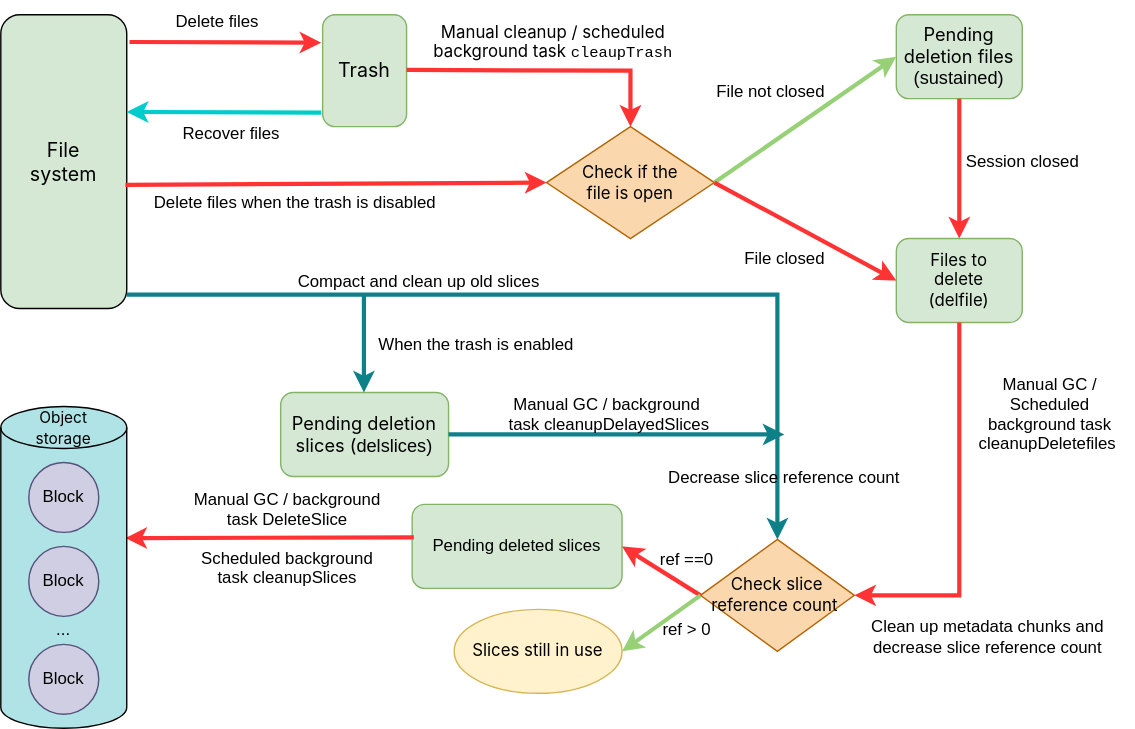
Earlier version of the draw.io export docs/en/images/juicefs-delete-file-English.svg (juicedata/juicefs). Source tidied: cells renumbered, new cells last; positions are measured from the earlier drawing's top-left corner, leaving out a move shared by most shapes. The source it was exported from:
```xml
<mxGraphModel>
  <root>
    <mxCell id="0" />
    <mxCell id="1" parent="0" />
    <mxCell id="2" value="&lt;span style=&quot;font-family: quote-cjk-patch, Inter, system-ui, -apple-system, &amp;quot;system-ui&amp;quot;, &amp;quot;Segoe UI&amp;quot;, Roboto, &amp;quot;Noto Sans&amp;quot;, Ubuntu, Cantarell, &amp;quot;Helvetica Neue&amp;quot;, Oxygen, &amp;quot;Open Sans&amp;quot;, sans-serif; text-align: left;&quot;&gt;&lt;font style=&quot;font-size: 14px;&quot;&gt;File&lt;br&gt;system&lt;/font&gt;&lt;/span&gt;" style="rounded=1;whiteSpace=wrap;html=1;fillColor=#d5e8d4;strokeColor=#000000;" parent="1" vertex="1">
      <mxGeometry y="10" width="90" height="210" as="geometry" />
    </mxCell>
    <mxCell id="3" value="&lt;span style=&quot;font-family: quote-cjk-patch, Inter, system-ui, -apple-system, &amp;quot;system-ui&amp;quot;, &amp;quot;Segoe UI&amp;quot;, Roboto, &amp;quot;Noto Sans&amp;quot;, Ubuntu, Cantarell, &amp;quot;Helvetica Neue&amp;quot;, Oxygen, &amp;quot;Open Sans&amp;quot;, sans-serif; text-align: left;&quot;&gt;&lt;font style=&quot;font-size: 14px;&quot;&gt;Trash&lt;/font&gt;&lt;/span&gt;" style="rounded=1;whiteSpace=wrap;html=1;fillColor=#d5e8d4;strokeColor=#82b366;" parent="1" vertex="1">
      <mxGeometry x="230" y="10" width="60" height="80" as="geometry" />
    </mxCell>
    <mxCell id="4" value="Delete files" style="text;html=1;align=center;verticalAlign=middle;whiteSpace=wrap;rounded=0;" parent="1" vertex="1">
      <mxGeometry x="120" width="70" height="30" as="geometry" />
    </mxCell>
    <mxCell id="5" value="Recover files" style="text;html=1;align=center;verticalAlign=middle;whiteSpace=wrap;rounded=0;" parent="1" vertex="1">
      <mxGeometry x="120" y="80" width="90" height="30" as="geometry" />
    </mxCell>
    <mxCell id="6" style="edgeStyle=none;rounded=0;orthogonalLoop=1;jettySize=auto;html=1;exitX=0.75;exitY=1;exitDx=0;exitDy=0;" parent="1" edge="1">
      <mxGeometry relative="1" as="geometry">
        <mxPoint x="399.5" y="300" as="sourcePoint" />
        <mxPoint x="399.5" y="300" as="targetPoint" />
      </mxGeometry>
    </mxCell>
    <mxCell id="7" value="&lt;font&gt;&lt;span style=&quot;text-align: left;&quot;&gt;&lt;font style=&quot;&quot;&gt;&lt;font face=&quot;quote-cjk-patch, Inter, system-ui, -apple-system, system-ui, Segoe UI, Roboto, Noto Sans, Ubuntu, Cantarell, Helvetica Neue, Oxygen, Open Sans, sans-serif&quot;&gt;Manual cleanup / scheduled background task &lt;/font&gt;&lt;font face=&quot;Menlo, Roboto Mono, Courier New, Courier, monospace, Inter, sans-serif&quot;&gt;&lt;span style=&quot;font-size: 11px;&quot;&gt;cleaupTrash&lt;/span&gt;&lt;/font&gt;&lt;/font&gt;&lt;/span&gt;&lt;/font&gt;" style="text;html=1;align=center;verticalAlign=middle;whiteSpace=wrap;rounded=0;" parent="1" vertex="1">
      <mxGeometry x="290" y="10" width="210" height="40" as="geometry" />
    </mxCell>
    <mxCell id="8" value="&lt;font style=&quot;font-size: 13px;&quot;&gt;&lt;span style=&quot;font-family: quote-cjk-patch, Inter, system-ui, -apple-system, &amp;quot;system-ui&amp;quot;, &amp;quot;Segoe UI&amp;quot;, Roboto, &amp;quot;Noto Sans&amp;quot;, Ubuntu, Cantarell, &amp;quot;Helvetica Neue&amp;quot;, Oxygen, &amp;quot;Open Sans&amp;quot;, sans-serif; text-align: left;&quot;&gt;&lt;font style=&quot;&quot;&gt;Pending deletion files&lt;/font&gt;&lt;/span&gt;&lt;br&gt;&lt;/font&gt;&lt;div&gt;&lt;font style=&quot;font-size: 13px;&quot;&gt;&lt;font style=&quot;&quot;&gt;(&lt;/font&gt;&lt;font&gt;sustained&lt;/font&gt;&lt;font style=&quot;&quot;&gt;)&lt;/font&gt;&lt;/font&gt;&lt;/div&gt;" style="rounded=1;whiteSpace=wrap;html=1;fillColor=#d5e8d4;strokeColor=#82b366;" parent="1" vertex="1">
      <mxGeometry x="640" y="10" width="90" height="60" as="geometry" />
    </mxCell>
    <mxCell id="9" value="File closed" style="text;html=1;align=center;verticalAlign=middle;strokeColor=none;fillColor=none;" parent="1" vertex="1">
      <mxGeometry x="520" y="170" width="80" height="30" as="geometry" />
    </mxCell>
    <mxCell id="10" value="File not closed" style="text;html=1;align=center;verticalAlign=middle;strokeColor=none;fillColor=none;" parent="1" vertex="1">
      <mxGeometry x="500" y="50" width="100" height="30" as="geometry" />
    </mxCell>
    <mxCell id="11" value="&lt;span style=&quot;font-family: quote-cjk-patch, Inter, system-ui, -apple-system, &amp;quot;system-ui&amp;quot;, &amp;quot;Segoe UI&amp;quot;, Roboto, &amp;quot;Noto Sans&amp;quot;, Ubuntu, Cantarell, &amp;quot;Helvetica Neue&amp;quot;, Oxygen, &amp;quot;Open Sans&amp;quot;, sans-serif; text-align: left;&quot;&gt;&lt;font&gt;Files to&lt;/font&gt;&lt;/span&gt;&lt;div&gt;&lt;span style=&quot;font-family: quote-cjk-patch, Inter, system-ui, -apple-system, &amp;quot;system-ui&amp;quot;, &amp;quot;Segoe UI&amp;quot;, Roboto, &amp;quot;Noto Sans&amp;quot;, Ubuntu, Cantarell, &amp;quot;Helvetica Neue&amp;quot;, Oxygen, &amp;quot;Open Sans&amp;quot;, sans-serif; text-align: left;&quot;&gt;&lt;font&gt;delete&lt;/font&gt;&lt;/span&gt;&lt;/div&gt;&lt;div&gt;&lt;span style=&quot;font-family: quote-cjk-patch, Inter, system-ui, -apple-system, &amp;quot;system-ui&amp;quot;, &amp;quot;Segoe UI&amp;quot;, Roboto, &amp;quot;Noto Sans&amp;quot;, Ubuntu, Cantarell, &amp;quot;Helvetica Neue&amp;quot;, Oxygen, &amp;quot;Open Sans&amp;quot;, sans-serif; text-align: left;&quot;&gt;&lt;font&gt;(delfile)&lt;/font&gt;&lt;/span&gt;&lt;/div&gt;" style="rounded=1;whiteSpace=wrap;html=1;fillColor=#d5e8d4;strokeColor=#82b366;" parent="1" vertex="1">
      <mxGeometry x="640" y="170" width="90" height="60" as="geometry" />
    </mxCell>
    <mxCell id="12" value="&lt;span style=&quot;font-family: quote-cjk-patch, Inter, system-ui, -apple-system, &amp;quot;system-ui&amp;quot;, &amp;quot;Segoe UI&amp;quot;, Roboto, &amp;quot;Noto Sans&amp;quot;, Ubuntu, Cantarell, &amp;quot;Helvetica Neue&amp;quot;, Oxygen, &amp;quot;Open Sans&amp;quot;, sans-serif; text-align: left;&quot;&gt;&lt;font&gt;Check if the&lt;/font&gt;&lt;/span&gt;&lt;div&gt;&lt;span style=&quot;font-family: quote-cjk-patch, Inter, system-ui, -apple-system, &amp;quot;system-ui&amp;quot;, &amp;quot;Segoe UI&amp;quot;, Roboto, &amp;quot;Noto Sans&amp;quot;, Ubuntu, Cantarell, &amp;quot;Helvetica Neue&amp;quot;, Oxygen, &amp;quot;Open Sans&amp;quot;, sans-serif; text-align: left;&quot;&gt;&lt;font&gt;file is open&lt;/font&gt;&lt;/span&gt;&lt;/div&gt;" style="rhombus;whiteSpace=wrap;html=1;fillColor=#fad7ac;strokeColor=#b46504;" parent="1" vertex="1">
      <mxGeometry x="390" y="90" width="120" height="80" as="geometry" />
    </mxCell>
    <mxCell id="13" value="&lt;font&gt;&lt;span style=&quot;font-family: quote-cjk-patch, Inter, system-ui, -apple-system, &amp;quot;system-ui&amp;quot;, &amp;quot;Segoe UI&amp;quot;, Roboto, &amp;quot;Noto Sans&amp;quot;, Ubuntu, Cantarell, &amp;quot;Helvetica Neue&amp;quot;, Oxygen, &amp;quot;Open Sans&amp;quot;, sans-serif; text-align: left;&quot;&gt;Check slice reference count&lt;/span&gt;&lt;span style=&quot;font-family: quote-cjk-patch, Inter, system-ui, -apple-system, &amp;quot;system-ui&amp;quot;, &amp;quot;Segoe UI&amp;quot;, Roboto, &amp;quot;Noto Sans&amp;quot;, Ubuntu, Cantarell, &amp;quot;Helvetica Neue&amp;quot;, Oxygen, &amp;quot;Open Sans&amp;quot;, sans-serif; text-align: left;&quot;&gt;&amp;nbsp;&lt;/span&gt;&lt;/font&gt;" style="rhombus;whiteSpace=wrap;html=1;fillColor=#fad7ac;strokeColor=#b46504;" parent="1" vertex="1">
      <mxGeometry x="500" y="385" width="110" height="80" as="geometry" />
    </mxCell>
    <mxCell id="14" value="Pending deleted slices" style="rounded=1;whiteSpace=wrap;html=1;fillColor=#d5e8d4;strokeColor=#82b366;" parent="1" vertex="1">
      <mxGeometry x="294" y="360" width="150" height="60" as="geometry" />
    </mxCell>
    <mxCell id="15" value="&lt;span style=&quot;font-family: quote-cjk-patch, Inter, system-ui, -apple-system, &amp;quot;system-ui&amp;quot;, &amp;quot;Segoe UI&amp;quot;, Roboto, &amp;quot;Noto Sans&amp;quot;, Ubuntu, Cantarell, &amp;quot;Helvetica Neue&amp;quot;, Oxygen, &amp;quot;Open Sans&amp;quot;, sans-serif; text-align: left;&quot;&gt;&lt;font&gt;Slices still in use&lt;/font&gt;&lt;/span&gt;" style="ellipse;whiteSpace=wrap;html=1;fillColor=#fff2cc;strokeColor=#d6b656;" parent="1" vertex="1">
      <mxGeometry x="324" y="435" width="120" height="60" as="geometry" />
    </mxCell>
    <mxCell id="16" style="endArrow=classic;html=1;rounded=0;exitX=1.022;exitY=0.093;exitDx=0;exitDy=0;exitPerimeter=0;strokeWidth=3;strokeColor=#FF3333;" parent="1" edge="1" source="2">
      <mxGeometry relative="1" as="geometry">
        <mxPoint x="229" y="30" as="targetPoint" />
      </mxGeometry>
    </mxCell>
    <mxCell id="17" style="endArrow=classic;html=1;rounded=0;entryX=1;entryY=0.331;entryDx=0;entryDy=0;strokeWidth=3;entryPerimeter=0;strokeColor=#00CCCC;" parent="1" edge="1" target="2">
      <mxGeometry relative="1" as="geometry">
        <mxPoint x="229" y="80" as="sourcePoint" />
      </mxGeometry>
    </mxCell>
    <mxCell id="18" style="edgeStyle=none;orthogonalLoop=1;jettySize=auto;html=1;rounded=0;strokeWidth=3;strokeColor=#FF3333;" parent="1" edge="1">
      <mxGeometry relative="1" as="geometry">
        <mxPoint x="290" y="49.5" as="sourcePoint" />
        <mxPoint x="450" y="90" as="targetPoint" />
        <Array as="points">
          <mxPoint x="450" y="50" />
        </Array>
      </mxGeometry>
    </mxCell>
    <mxCell id="19" style="edgeStyle=none;jettySize=auto;html=1;rounded=0;exitX=0.989;exitY=0.579;exitDx=0;exitDy=0;exitPerimeter=0;entryX=0;entryY=0.5;entryDx=0;entryDy=0;strokeWidth=3;strokeColor=#FF3333;" parent="1" edge="1" source="2" target="12">
      <mxGeometry relative="1" as="geometry" />
    </mxCell>
    <mxCell id="20" style="edgeStyle=none;jettySize=auto;html=1;rounded=0;entryX=0;entryY=0.5;entryDx=0;entryDy=0;exitX=1;exitY=0.5;exitDx=0;exitDy=0;strokeColor=#97D077;strokeWidth=3;" parent="1" edge="1" source="12" target="8">
      <mxGeometry relative="1" as="geometry" />
    </mxCell>
    <mxCell id="21" style="edgeStyle=none;jettySize=auto;html=1;rounded=0;entryX=0;entryY=0.5;entryDx=0;entryDy=0;strokeWidth=3;strokeColor=#FF3333;" parent="1" edge="1" target="11">
      <mxGeometry relative="1" as="geometry">
        <mxPoint x="510" y="130" as="sourcePoint" />
      </mxGeometry>
    </mxCell>
    <mxCell id="22" style="edgeStyle=none;jettySize=auto;html=1;rounded=0;exitX=0.5;exitY=1;exitDx=0;exitDy=0;entryX=0.5;entryY=0;entryDx=0;entryDy=0;strokeWidth=3;strokeColor=#FF3333;" parent="1" edge="1" source="8" target="11">
      <mxGeometry relative="1" as="geometry" />
    </mxCell>
    <mxCell id="23" style="edgeStyle=none;jettySize=auto;html=1;rounded=0;exitX=0.5;exitY=1;exitDx=0;exitDy=0;entryX=1;entryY=0.5;entryDx=0;entryDy=0;strokeWidth=3;strokeColor=#FF3333;" parent="1" edge="1" source="11" target="13">
      <mxGeometry relative="1" as="geometry">
        <Array as="points">
          <mxPoint x="685" y="425" />
        </Array>
      </mxGeometry>
    </mxCell>
    <mxCell id="24" style="edgeStyle=none;jettySize=auto;html=1;rounded=0;entryX=1;entryY=0.5;entryDx=0;entryDy=0;exitX=0;exitY=0.5;exitDx=0;exitDy=0;strokeWidth=3;strokeColor=#FF3333;" parent="1" edge="1" source="13" target="14">
      <mxGeometry relative="1" as="geometry" />
    </mxCell>
    <mxCell id="25" style="edgeStyle=none;jettySize=auto;html=1;rounded=0;entryX=1;entryY=0.5;entryDx=0;entryDy=0;exitX=0;exitY=0.5;exitDx=0;exitDy=0;strokeColor=#97D077;strokeWidth=3;" parent="1" edge="1" source="13" target="15">
      <mxGeometry relative="1" as="geometry" />
    </mxCell>
    <mxCell id="26" style="edgeStyle=none;jettySize=auto;html=1;rounded=0;entryX=0.989;entryY=0.409;entryDx=0;entryDy=0;entryPerimeter=0;exitX=0.008;exitY=0.392;exitDx=0;exitDy=0;exitPerimeter=0;strokeWidth=3;strokeColor=#FF3333;" parent="1" edge="1" source="14" target="38">
      <mxGeometry relative="1" as="geometry" />
    </mxCell>
    <mxCell id="27" value="Compact and clean up old slices" style="text;align=center;verticalAlign=middle;strokeColor=none;fillColor=none;" parent="1" vertex="1">
      <mxGeometry x="194" y="185" width="210" height="30" as="geometry" />
    </mxCell>
    <mxCell id="28" value="Delete files when the trash is disabled" style="text;html=1;align=center;verticalAlign=middle;strokeColor=none;fillColor=none;" parent="1" vertex="1">
      <mxGeometry x="100" y="130" width="220" height="30" as="geometry" />
    </mxCell>
    <mxCell id="29" value="Session closed" style="text;html=1;align=center;verticalAlign=middle;strokeColor=none;fillColor=none;" parent="1" vertex="1">
      <mxGeometry x="680" y="100" width="100" height="30" as="geometry" />
    </mxCell>
    <mxCell id="30" value="Manual GC /&#10;Scheduled&#10;background task&#10;cleanupDeletefiles " style="text;align=center;verticalAlign=middle;strokeColor=none;fillColor=none;" parent="1" vertex="1">
      <mxGeometry x="690" y="260" width="120" height="70" as="geometry" />
    </mxCell>
    <mxCell id="31" value="Manual GC / background&#10;task DeleteSlice&#10;" style="text;align=center;verticalAlign=middle;strokeColor=none;fillColor=none;" parent="1" vertex="1">
      <mxGeometry x="125" y="350" width="160" height="40" as="geometry" />
    </mxCell>
    <mxCell id="32" value="Clean up metadata chunks and&lt;div&gt;decrease slice reference count&lt;/div&gt;" style="text;html=1;align=center;verticalAlign=middle;strokeColor=none;fillColor=none;" parent="1" vertex="1">
      <mxGeometry x="610" y="435" width="190" height="40" as="geometry" />
    </mxCell>
    <mxCell id="33" value="Scheduled background&#10;task cleanupSlices" style="text;align=center;verticalAlign=middle;strokeColor=none;fillColor=none;" parent="1" vertex="1">
      <mxGeometry x="130" y="385" width="150" height="40" as="geometry" />
    </mxCell>
    <mxCell id="34" value="ref ==0" style="text;html=1;align=center;verticalAlign=middle;strokeColor=none;fillColor=none;" parent="1" vertex="1">
      <mxGeometry x="460" y="385" width="60" height="30" as="geometry" />
    </mxCell>
    <mxCell id="35" value="ref &amp;gt; 0" style="text;html=1;align=center;verticalAlign=middle;strokeColor=none;fillColor=none;" parent="1" vertex="1">
      <mxGeometry x="460" y="435" width="60" height="30" as="geometry" />
    </mxCell>
    <mxCell id="36" value="&lt;font style=&quot;font-size: 13px;&quot;&gt;&lt;span style=&quot;font-family: quote-cjk-patch, Inter, system-ui, -apple-system, &amp;quot;system-ui&amp;quot;, &amp;quot;Segoe UI&amp;quot;, Roboto, &amp;quot;Noto Sans&amp;quot;, Ubuntu, Cantarell, &amp;quot;Helvetica Neue&amp;quot;, Oxygen, &amp;quot;Open Sans&amp;quot;, sans-serif; text-align: start;&quot;&gt;Pending deletion slices (&lt;/span&gt;delslices)&lt;/font&gt;" style="rounded=1;whiteSpace=wrap;html=1;fillColor=#d5e8d4;strokeColor=#82b366;" parent="1" vertex="1">
      <mxGeometry x="200" y="280" width="120" height="60" as="geometry" />
    </mxCell>
    <mxCell id="37" style="group;" parent="1" vertex="1">
      <mxGeometry y="290" width="90" height="230" as="geometry" />
    </mxCell>
    <mxCell id="38" style="shape=cylinder3;whiteSpace=wrap;html=1;boundedLbl=1;backgroundOutline=1;size=15;fillColor=#b0e3e6;strokeColor=#000000;" parent="37" vertex="1">
      <mxGeometry width="90" height="230" as="geometry" />
    </mxCell>
    <mxCell id="39" value="Block" style="ellipse;whiteSpace=wrap;html=1;fillColor=#d0cee2;strokeColor=#56517e;" parent="37" vertex="1">
      <mxGeometry x="20" y="40" width="50" height="50" as="geometry" />
    </mxCell>
    <mxCell id="40" value="Block" style="ellipse;whiteSpace=wrap;html=1;fillColor=#d0cee2;strokeColor=#56517e;" parent="37" vertex="1">
      <mxGeometry x="20" y="100" width="50" height="50" as="geometry" />
    </mxCell>
    <mxCell id="41" value="Block" style="ellipse;whiteSpace=wrap;html=1;fillColor=#d0cee2;strokeColor=#56517e;" parent="37" vertex="1">
      <mxGeometry x="20" y="170" width="50" height="50" as="geometry" />
    </mxCell>
    <mxCell id="42" value="&lt;span style=&quot;font-family: quote-cjk-patch, Inter, system-ui, -apple-system, &amp;quot;system-ui&amp;quot;, &amp;quot;Segoe UI&amp;quot;, Roboto, &amp;quot;Noto Sans&amp;quot;, Ubuntu, Cantarell, &amp;quot;Helvetica Neue&amp;quot;, Oxygen, &amp;quot;Open Sans&amp;quot;, sans-serif; text-align: left;&quot;&gt;&lt;font style=&quot;font-size: 11px;&quot;&gt;Object storage&lt;/font&gt;&lt;/span&gt;" style="text;html=1;align=center;verticalAlign=middle;whiteSpace=wrap;rounded=0;" parent="37" vertex="1">
      <mxGeometry x="15" width="60" height="30" as="geometry" />
    </mxCell>
    <mxCell id="43" value="..." style="text;html=1;align=center;verticalAlign=middle;whiteSpace=wrap;rounded=0;" parent="37" vertex="1">
      <mxGeometry x="15" y="145" width="60" height="30" as="geometry" />
    </mxCell>
    <mxCell id="44" style="edgeStyle=none;jettySize=auto;html=1;rounded=0;entryX=0.5;entryY=0;entryDx=0;entryDy=0;fillColor=#b0e3e6;strokeColor=#0e8088;strokeWidth=3;" parent="1" edge="1" target="13">
      <mxGeometry relative="1" as="geometry">
        <mxPoint x="90" y="210" as="sourcePoint" />
        <Array as="points">
          <mxPoint x="555" y="210" />
        </Array>
      </mxGeometry>
    </mxCell>
    <mxCell id="45" style="endArrow=classic;html=1;rounded=0;fillColor=#b0e3e6;strokeColor=#0e8088;strokeWidth=3;" parent="1" edge="1">
      <mxGeometry relative="1" as="geometry">
        <mxPoint x="259.5" y="210" as="sourcePoint" />
        <mxPoint x="259.5" y="280" as="targetPoint" />
      </mxGeometry>
    </mxCell>
    <mxCell id="46" value="When the trash is enabled" style="text;align=center;verticalAlign=middle;strokeColor=none;fillColor=none;" parent="1" vertex="1">
      <mxGeometry x="260" y="230" width="160" height="30" as="geometry" />
    </mxCell>
    <mxCell id="47" style="endArrow=classic;html=1;rounded=0;exitX=1;exitY=0.5;exitDx=0;exitDy=0;fillColor=#b0e3e6;strokeColor=#0e8088;strokeWidth=3;" parent="1" edge="1" source="36">
      <mxGeometry relative="1" as="geometry">
        <mxPoint x="560" y="310" as="targetPoint" />
      </mxGeometry>
    </mxCell>
    <mxCell id="48" value="Manual GC / background &#10;task cleanupDelayedSlices" style="text;align=center;verticalAlign=middle;strokeColor=none;fillColor=none;" parent="1" vertex="1">
      <mxGeometry x="350" y="275" width="170" height="40" as="geometry" />
    </mxCell>
    <mxCell id="49" value="Decrease slice reference count" style="text;align=center;verticalAlign=middle;strokeColor=none;fillColor=none;" parent="1" vertex="1">
      <mxGeometry x="460" y="325" width="200" height="30" as="geometry" />
    </mxCell>
  </root>
</mxGraphModel>
```
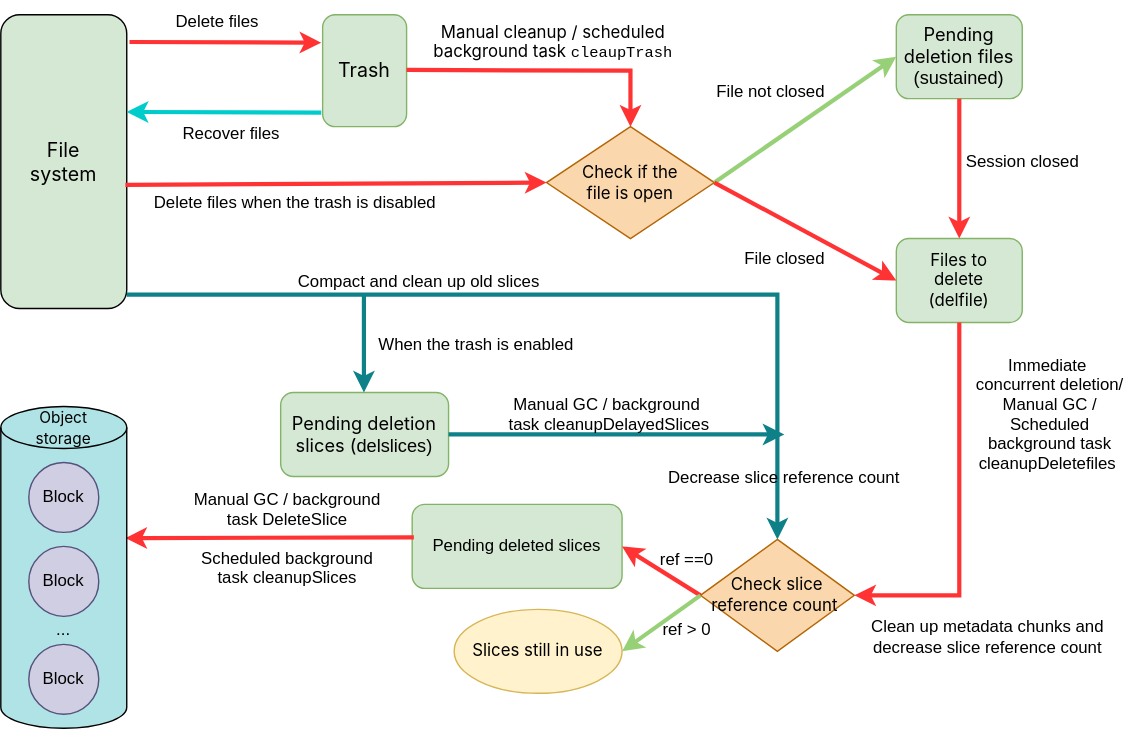
Above is the later version.

Commit message:
docs: Complete the deletion process details

The edit, as a diff of the source:
```diff
@@ -105,8 +105,8 @@
     <mxCell id="29" value="Session closed" style="text;html=1;align=center;verticalAlign=middle;strokeColor=none;fillColor=none;" parent="1" vertex="1">
       <mxGeometry x="680" y="100" width="100" height="30" as="geometry" />
     </mxCell>
-    <mxCell id="30" value="Manual GC /&#10;Scheduled&#10;background task&#10;cleanupDeletefiles " style="text;align=center;verticalAlign=middle;strokeColor=none;fillColor=none;" parent="1" vertex="1">
-      <mxGeometry x="690" y="260" width="120" height="70" as="geometry" />
+    <mxCell id="30" value="Immediate &#10;concurrent deletion/&#10;Manual GC /&#10;Scheduled&#10;background task&#10;cleanupDeletefiles " style="text;align=center;verticalAlign=middle;strokeColor=none;fillColor=none;" parent="1" vertex="1">
+      <mxGeometry x="685" y="245" width="130" height="100" as="geometry" />
     </mxCell>
     <mxCell id="31" value="Manual GC / background&#10;task DeleteSlice&#10;" style="text;align=center;verticalAlign=middle;strokeColor=none;fillColor=none;" parent="1" vertex="1">
       <mxGeometry x="125" y="350" width="160" height="40" as="geometry" />
```
